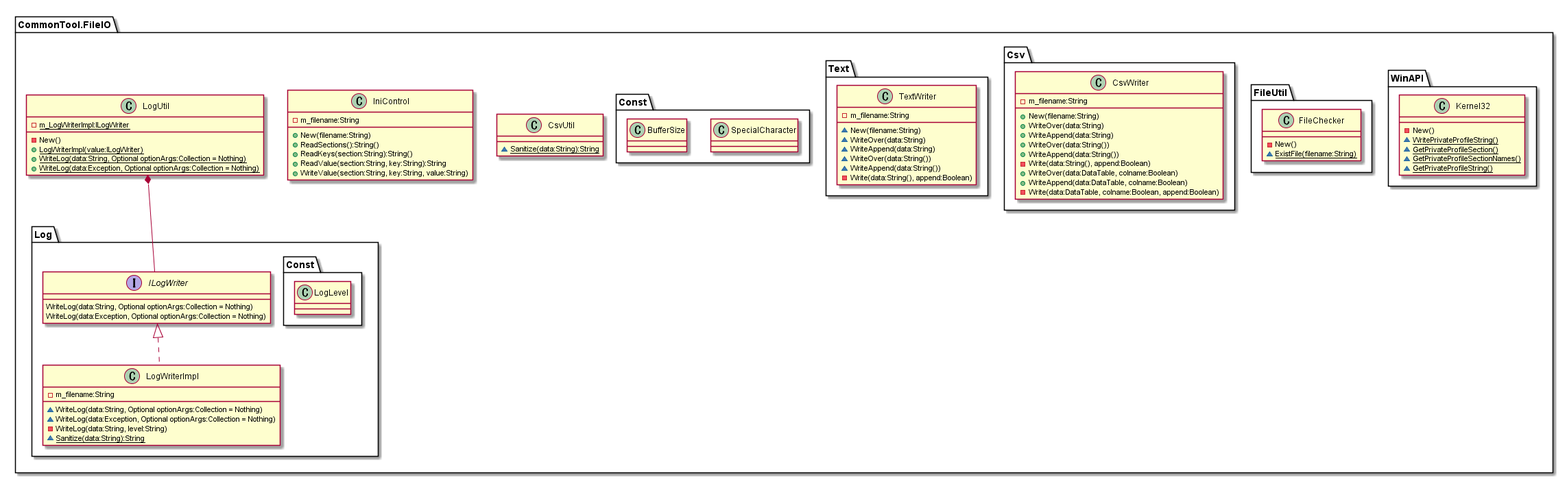
Earlier version of the PlantUML export doc/03_SubSystem別/CommonTool.FileIO/03_内部設計/クラス図.png (hirorich/CommonTool).
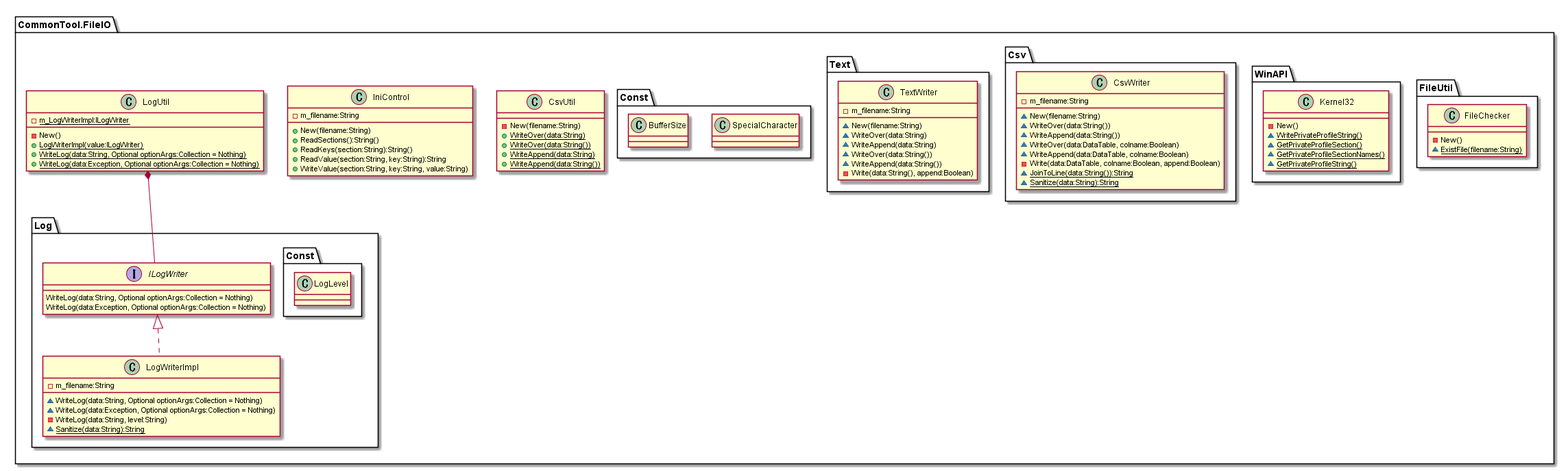
After the commit.

Change to the diagram source:
```diff
@@ -2,7 +2,11 @@
 
 package CommonTool.FileIO {
     class CsvUtil {
-      ~ {static}Sanitize(data:String):String
+      - New(filename:String)
+      + {static}WriteOver(data:String)
+      + {static}WriteOver(data:String())
+      + {static}WriteAppend(data:String)
+      + {static}WriteAppend(data:String())
     }
 
     class IniControl {
@@ -45,15 +49,14 @@
         class CsvWriter {
           - m_filename:String
 
-          + New(filename:String)
-          + WriteOver(data:String)
-          + WriteAppend(data:String)
-          + WriteOver(data:String())
-          + WriteAppend(data:String())
-          - Write(data:String(), append:Boolean)
-          + WriteOver(data:DataTable, colname:Boolean)
-          + WriteAppend(data:DataTable, colname:Boolean)
+          ~ New(filename:String)
+          ~ WriteOver(data:String())
+          ~ WriteAppend(data:String())
+          ~ WriteOver(data:DataTable, colname:Boolean)
+          ~ WriteAppend(data:DataTable, colname:Boolean)
           - Write(data:DataTable, colname:Boolean, append:Boolean)
+          ~ {static}JoinToLine(data:String()):String
+          ~ {static}Sanitize(data:String):String
         }
     }
 
```
